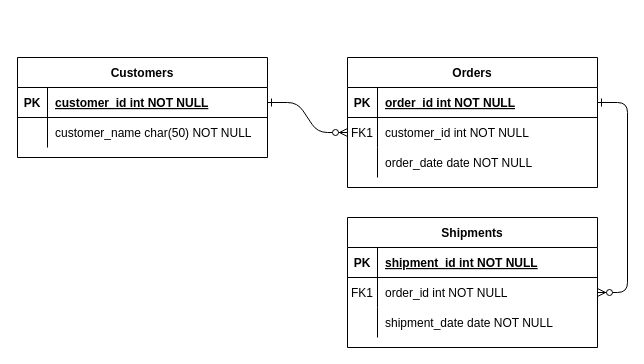
This is Diagram bez tytułu.drawio from DarkTemplar1/rbd_lab_tasks, a draw.io file, before an edit. Source tidied: cells renumbered, new cells numbered last; positions are measured from the earlier drawing's top-left corner, leaving out a move shared by most shapes. Both pictures are drawn from the tidied source at 100%, with x=0, y=0 at pixel (17, 57).
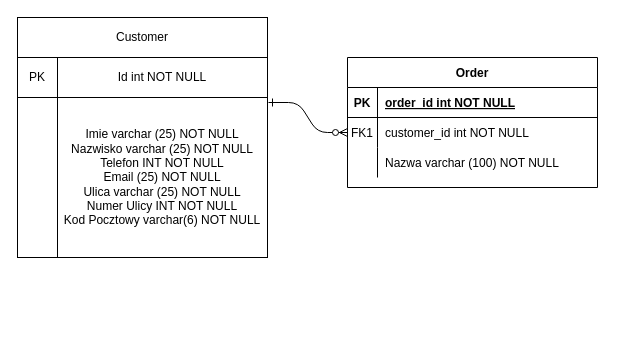
The same page after the edit.

Unchanged cells that the change refers to:
```xml
<mxCell id="5" style="shape=partialRectangle;fillColor=none;points=[[0,0.5],[1,0.5]];portConstraint=eastwest;top=0;left=0;right=0;bottom=1;" parent="4" vertex="1">
  <mxGeometry y="30" width="250" height="30" as="geometry" />
</mxCell>
<mxCell id="8" style="shape=partialRectangle;fillColor=none;points=[[0,0.5],[1,0.5]];portConstraint=eastwest;top=0;left=0;right=0;bottom=0;" parent="4" vertex="1">
  <mxGeometry y="60" width="250" height="30" as="geometry" />
</mxCell>
<mxCell id="11" style="shape=partialRectangle;fillColor=none;top=0;left=0;right=0;bottom=0;" parent="4" vertex="1">
  <mxGeometry y="90" width="250" height="30" as="geometry" />
</mxCell>
```

The edit, as a diff of the source:
```diff
@@
-    <mxCell id="2" style="edgeStyle=entityRelationEdgeStyle;endArrow=ERzeroToMany;startArrow=ERone;endFill=1;startFill=0;" parent="1" edge="1" source="25" target="8">
-      <mxGeometry relative="1" as="geometry" />
+    <mxCell id="2" style="edgeStyle=entityRelationEdgeStyle;endArrow=ERzeroToMany;startArrow=ERone;endFill=1;startFill=0;" parent="1" edge="1" target="8">
+      <mxGeometry relative="1" as="geometry">
+        <mxPoint x="251" y="45" as="sourcePoint" />
+      </mxGeometry>
     </mxCell>
-    <mxCell id="3" style="edgeStyle=entityRelationEdgeStyle;endArrow=ERzeroToMany;startArrow=ERone;endFill=1;startFill=0;" parent="1" edge="1" source="5" target="18">
-      <mxGeometry relative="1" as="geometry" />
-    </mxCell>
-    <mxCell id="4" value="Orders" style="shape=table;startSize=30;childLayout=tableLayout;rowLines=0;fontStyle=1;align=center;" parent="1" vertex="1">
+    <mxCell id="4" value="Order" style="shape=table;startSize=30;childLayout=tableLayout;rowLines=0;fontStyle=1;align=center;" parent="1" vertex="1">
       <mxGeometry x="330" width="250" height="130" as="geometry" />
     </mxCell>
@@
-    <mxCell id="13" value="order_date date NOT NULL" style="shape=partialRectangle;overflow=hidden;fillColor=none;top=0;left=0;bottom=0;right=0;align=left;spacingLeft=6;" parent="11" vertex="1">
+    <mxCell id="13" value="Nazwa varchar (100) NOT NULL" style="shape=partialRectangle;overflow=hidden;fillColor=none;top=0;left=0;bottom=0;right=0;align=left;spacingLeft=6;" parent="11" vertex="1">
       <mxGeometry x="30" width="220" height="30" as="geometry" />
     </mxCell>
-    <mxCell id="14" value="Shipments" style="shape=table;startSize=30;childLayout=tableLayout;rowLines=0;fontStyle=1;align=center;" parent="1" vertex="1">
-      <mxGeometry x="330" y="160" width="250" height="130" as="geometry" />
-    </mxCell>
-    <mxCell id="15" style="shape=partialRectangle;fillColor=none;top=0;left=0;right=0;bottom=1;" parent="14" vertex="1">
-      <mxGeometry y="30" width="250" height="30" as="geometry" />
-    </mxCell>
-    <mxCell id="16" value="PK" style="shape=partialRectangle;overflow=hidden;fillColor=none;top=0;left=0;bottom=0;right=0;fontStyle=1;" parent="15" vertex="1">
-      <mxGeometry width="30" height="30" as="geometry" />
-    </mxCell>
-    <mxCell id="17" value="shipment_id int NOT NULL " style="shape=partialRectangle;overflow=hidden;fillColor=none;top=0;left=0;bottom=0;right=0;align=left;spacingLeft=6;fontStyle=5;" parent="15" vertex="1">
-      <mxGeometry x="30" width="220" height="30" as="geometry" />
-    </mxCell>
-    <mxCell id="18" style="shape=partialRectangle;fillColor=none;points=[[0,0.5],[1,0.5]];portConstraint=eastwest;top=0;left=0;right=0;bottom=0;" parent="14" vertex="1">
-      <mxGeometry y="60" width="250" height="30" as="geometry" />
-    </mxCell>
-    <mxCell id="19" value="FK1" style="shape=partialRectangle;overflow=hidden;fillColor=none;top=0;left=0;bottom=0;right=0;" parent="18" vertex="1">
-      <mxGeometry width="30" height="30" as="geometry" />
-    </mxCell>
-    <mxCell id="20" value="order_id int NOT NULL" style="shape=partialRectangle;overflow=hidden;fillColor=none;top=0;left=0;bottom=0;right=0;align=left;spacingLeft=6;" parent="18" vertex="1">
-      <mxGeometry x="30" width="220" height="30" as="geometry" />
-    </mxCell>
-    <mxCell id="21" style="shape=partialRectangle;fillColor=none;top=0;left=0;right=0;bottom=0;" parent="14" vertex="1">
-      <mxGeometry y="90" width="250" height="30" as="geometry" />
-    </mxCell>
-    <mxCell id="22" style="shape=partialRectangle;overflow=hidden;fillColor=none;top=0;left=0;bottom=0;right=0;" parent="21" vertex="1">
-      <mxGeometry width="30" height="30" as="geometry" />
-    </mxCell>
-    <mxCell id="23" value="shipment_date date NOT NULL" style="shape=partialRectangle;overflow=hidden;fillColor=none;top=0;left=0;bottom=0;right=0;align=left;spacingLeft=6;" parent="21" vertex="1">
-      <mxGeometry x="30" width="220" height="30" as="geometry" />
-    </mxCell>
-    <mxCell id="24" value="Customers" style="shape=table;startSize=30;childLayout=tableLayout;rowLines=0;fontStyle=1;align=center;" parent="1" vertex="1">
-      <mxGeometry width="250" height="100" as="geometry" />
-    </mxCell>
-    <mxCell id="25" style="shape=partialRectangle;fillColor=none;points=[[0,0.5],[1,0.5]];portConstraint=eastwest;top=0;left=0;right=0;bottom=1;" parent="24" vertex="1">
-      <mxGeometry y="30" width="250" height="30" as="geometry" />
-    </mxCell>
-    <mxCell id="26" value="PK" style="shape=partialRectangle;overflow=hidden;fillColor=none;top=0;left=0;bottom=0;right=0;fontStyle=1;" parent="25" vertex="1">
-      <mxGeometry width="30" height="30" as="geometry" />
-    </mxCell>
-    <mxCell id="27" value="customer_id int NOT NULL " style="shape=partialRectangle;overflow=hidden;fillColor=none;top=0;left=0;bottom=0;right=0;align=left;spacingLeft=6;fontStyle=5;" parent="25" vertex="1">
-      <mxGeometry x="30" width="220" height="30" as="geometry" />
-    </mxCell>
-    <mxCell id="28" style="shape=partialRectangle;fillColor=none;top=0;left=0;right=0;bottom=0;" parent="24" vertex="1">
-      <mxGeometry y="60" width="250" height="30" as="geometry" />
-    </mxCell>
-    <mxCell id="29" style="shape=partialRectangle;overflow=hidden;fillColor=none;top=0;left=0;bottom=0;right=0;" parent="28" vertex="1">
-      <mxGeometry width="30" height="30" as="geometry" />
-    </mxCell>
-    <mxCell id="30" value="customer_name char(50) NOT NULL" style="shape=partialRectangle;overflow=hidden;fillColor=none;top=0;left=0;bottom=0;right=0;align=left;spacingLeft=6;" parent="28" vertex="1">
-      <mxGeometry x="30" width="220" height="30" as="geometry" />
-    </mxCell>
+    <mxCell id="31" value="Imie varchar (25) NOT NULL&lt;br&gt;Nazwisko varchar (25) NOT NULL&lt;br&gt;Telefon INT NOT NULL&lt;br&gt;Email (25) NOT NULL&lt;br&gt;Ulica varchar (25) NOT NULL&lt;br&gt;Numer Ulicy INT NOT NULL&lt;br&gt;Kod Pocztowy varchar(6) NOT NULL" style="rounded=0;whiteSpace=wrap;html=1;" parent="1" vertex="1">
+      <mxGeometry x="40" y="40" width="210" height="160" as="geometry" />
+    </mxCell>
+    <mxCell id="32" value="Id int NOT NULL" style="rounded=0;whiteSpace=wrap;html=1;" parent="1" vertex="1">
+      <mxGeometry x="40" width="210" height="40" as="geometry" />
+    </mxCell>
+    <mxCell id="33" value="Customer" style="rounded=0;whiteSpace=wrap;html=1;" parent="1" vertex="1">
+      <mxGeometry y="-40" width="250" height="40" as="geometry" />
+    </mxCell>
+    <mxCell id="34" value="PK" style="rounded=0;whiteSpace=wrap;html=1;" parent="1" vertex="1">
+      <mxGeometry width="40" height="40" as="geometry" />
+    </mxCell>
+    <mxCell id="35" style="rounded=0;whiteSpace=wrap;html=1;" parent="1" vertex="1">
+      <mxGeometry y="40" width="40" height="160" as="geometry" />
+    </mxCell>
```
